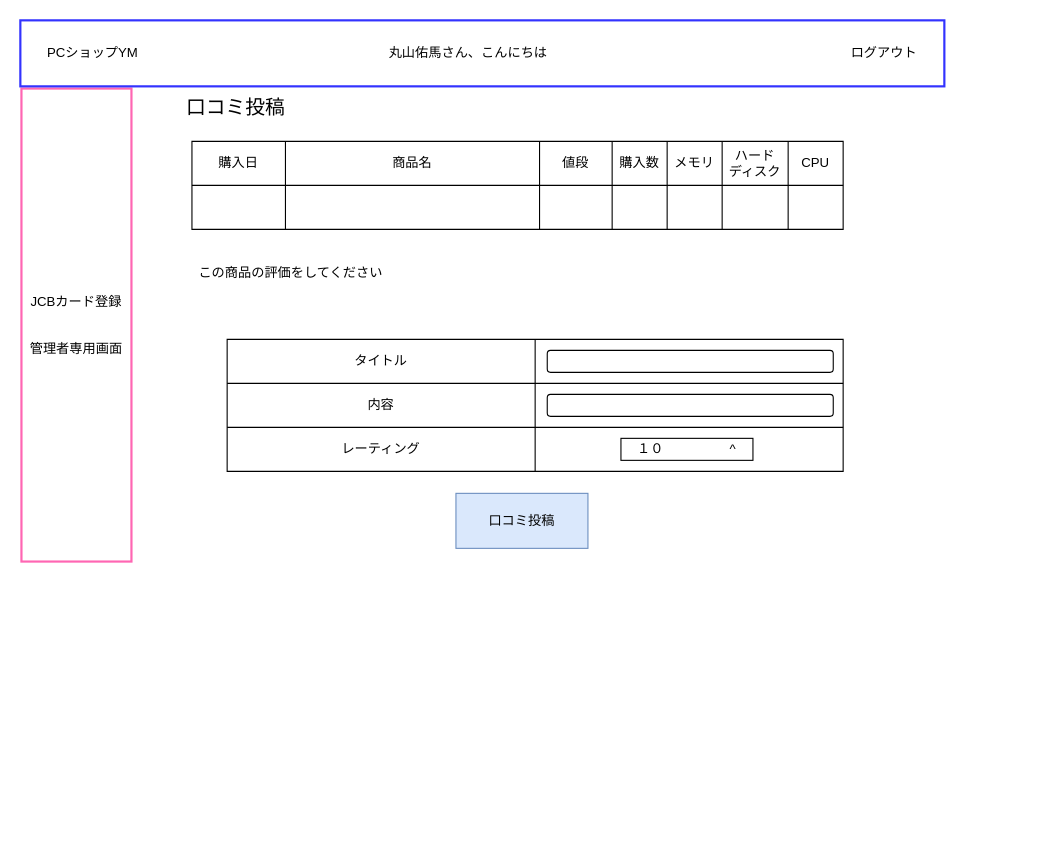
YumaMaruyama/ITworksTRYshopping keeps this draw.io diagram as page "口コミ" (17 of 27) of src/main/resources/templates/shopping/Untitled Diagram.drawio. Above is the earlier version. Source tidied: cells renumbered, new cells numbered last; positions are measured from the earlier drawing's top-left corner, leaving out a move shared by most shapes. Both pictures are drawn from the tidied source at 110%, with x=0, y=0 at pixel (20, 20).
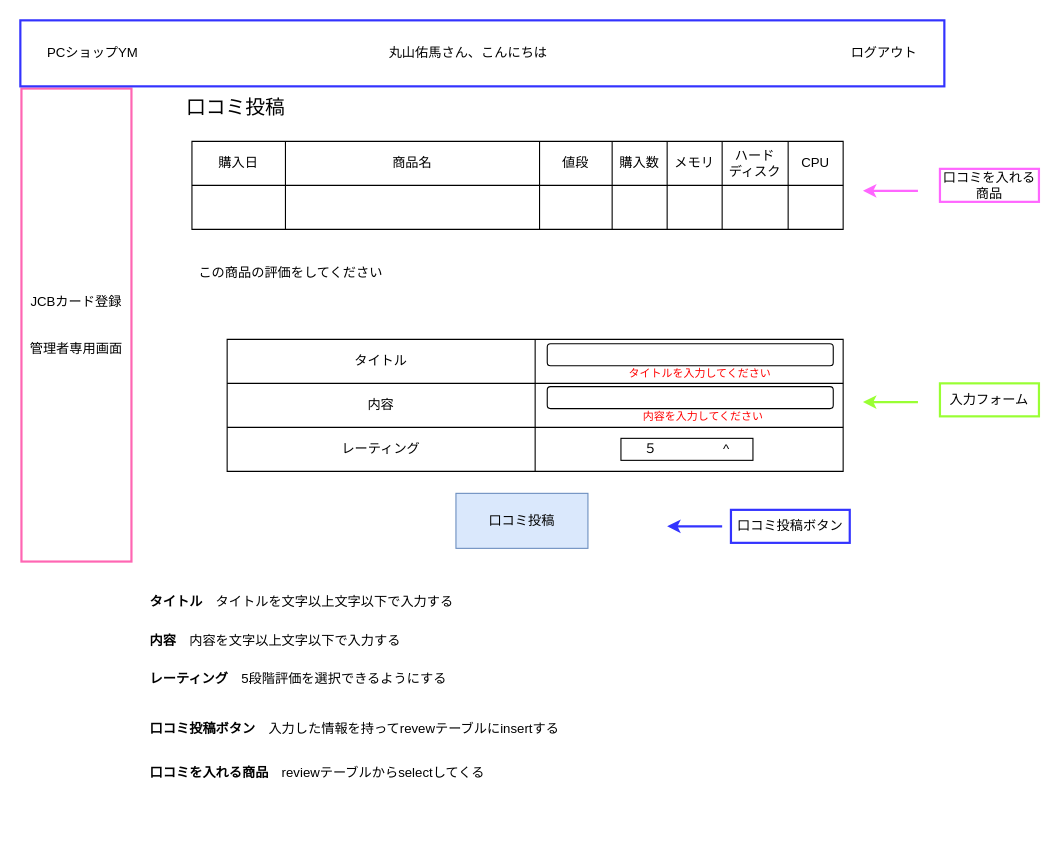
The same diagram, later.

Diff of the diagram source:
```diff
@@
     <mxCell id="33" style="rounded=1;whiteSpace=wrap;html=1;strokeColor=#000000;fillColor=none;" parent="1" vertex="1">
-      <mxGeometry x="479" y="300" width="260" height="20" as="geometry" />
+      <mxGeometry x="479" y="294" width="260" height="20" as="geometry" />
     </mxCell>
     <mxCell id="34" style="rounded=1;whiteSpace=wrap;html=1;strokeColor=#000000;fillColor=none;" parent="1" vertex="1">
-      <mxGeometry x="479" y="340" width="260" height="20" as="geometry" />
+      <mxGeometry x="479" y="333" width="260" height="20" as="geometry" />
     </mxCell>
-    <mxCell id="35" value="１０　　　　　^" style="rounded=0;whiteSpace=wrap;html=1;strokeColor=#000000;fillColor=none;" parent="1" vertex="1">
+    <mxCell id="35" value="５　　　　　^" style="rounded=0;whiteSpace=wrap;html=1;strokeColor=#000000;fillColor=none;" parent="1" vertex="1">
       <mxGeometry x="546" y="380" width="120" height="20" as="geometry" />
     </mxCell>
@@
+    <mxCell id="37" value="&lt;font color=&quot;#ff0000&quot;&gt;&lt;span style=&quot;font-size: 10px&quot;&gt;タイトルを入力してください&lt;/span&gt;&lt;/font&gt;" style="text;html=1;strokeColor=none;fillColor=none;align=center;verticalAlign=middle;whiteSpace=wrap;rounded=0;" parent="1" vertex="1">
+      <mxGeometry x="513" y="311" width="210" height="20" as="geometry" />
+    </mxCell>
+    <mxCell id="38" value="&lt;font color=&quot;#ff0000&quot;&gt;&lt;span style=&quot;font-size: 10px&quot;&gt;内容を入力してください&lt;/span&gt;&lt;/font&gt;" style="text;html=1;strokeColor=none;fillColor=none;align=center;verticalAlign=middle;whiteSpace=wrap;rounded=0;" parent="1" vertex="1">
+      <mxGeometry x="516" y="350" width="210" height="20" as="geometry" />
+    </mxCell>
+    <mxCell id="39" value="入力フォーム" style="rounded=0;whiteSpace=wrap;html=1;strokeWidth=2;strokeColor=#99FF33;" parent="1" vertex="1">
+      <mxGeometry x="836" y="330" width="90" height="30" as="geometry" />
+    </mxCell>
+    <mxCell id="40" style="endArrow=classic;html=1;strokeWidth=2;strokeColor=#99FF33;" parent="1" edge="1">
+      <mxGeometry relative="1" as="geometry">
+        <mxPoint x="816" y="347" as="sourcePoint" />
+        <mxPoint x="766" y="347" as="targetPoint" />
+      </mxGeometry>
+    </mxCell>
+    <mxCell id="41" value="&lt;div style=&quot;text-align: center&quot;&gt;&lt;span&gt;&lt;font face=&quot;helvetica&quot;&gt;&lt;b&gt;タイトル　&lt;/b&gt;タイトルを文字以上文字以下で入力する&lt;/font&gt;&lt;/span&gt;&lt;/div&gt;" style="text;whiteSpace=wrap;html=1;" parent="1" vertex="1">
+      <mxGeometry x="116" y="515" width="740" height="70" as="geometry" />
+    </mxCell>
+    <mxCell id="42" value="&lt;div style=&quot;text-align: center&quot;&gt;&lt;font face=&quot;helvetica&quot;&gt;&lt;b&gt;内容　&lt;/b&gt;内容を文字以上文字以下で入力する&lt;/font&gt;&lt;/div&gt;" style="text;whiteSpace=wrap;html=1;" parent="1" vertex="1">
+      <mxGeometry x="116" y="550" width="740" height="70" as="geometry" />
+    </mxCell>
+    <mxCell id="43" value="&lt;div style=&quot;text-align: center&quot;&gt;&lt;font face=&quot;helvetica&quot;&gt;&lt;b&gt;レーティング　&lt;/b&gt;5段階評価を選択できるようにする&lt;/font&gt;&lt;/div&gt;&lt;div style=&quot;text-align: center&quot;&gt;&lt;span&gt;&lt;font face=&quot;helvetica&quot;&gt;&lt;b&gt;&lt;br&gt;&lt;/b&gt;&lt;/font&gt;&lt;/span&gt;&lt;/div&gt;" style="text;whiteSpace=wrap;html=1;" parent="1" vertex="1">
+      <mxGeometry x="116" y="585" width="740" height="70" as="geometry" />
+    </mxCell>
+    <mxCell id="44" value="&lt;font face=&quot;helvetica&quot;&gt;&lt;b&gt;口コミ投稿ボタン　&lt;/b&gt;入力した情報を持ってrevewテーブルにinsertする&lt;/font&gt;" style="text;whiteSpace=wrap;html=1;" parent="1" vertex="1">
+      <mxGeometry x="116" y="630" width="740" height="70" as="geometry" />
+    </mxCell>
+    <mxCell id="45" value="口コミ投稿ボタン" style="rounded=0;whiteSpace=wrap;html=1;strokeWidth=2;strokeColor=#3333FF;" parent="1" vertex="1">
+      <mxGeometry x="646" y="445" width="108" height="30" as="geometry" />
+    </mxCell>
+    <mxCell id="46" style="endArrow=classic;html=1;strokeWidth=2;strokeColor=#3333FF;" parent="1" edge="1">
+      <mxGeometry relative="1" as="geometry">
+        <mxPoint x="638" y="460" as="sourcePoint" />
+        <mxPoint x="588" y="460" as="targetPoint" />
+      </mxGeometry>
+    </mxCell>
+    <mxCell id="47" value="口コミを入れる商品" style="rounded=0;whiteSpace=wrap;html=1;strokeWidth=2;strokeColor=#FF66FF;" parent="1" vertex="1">
+      <mxGeometry x="836" y="135" width="90" height="30" as="geometry" />
+    </mxCell>
+    <mxCell id="48" style="endArrow=classic;html=1;strokeWidth=2;strokeColor=#FF66FF;" parent="1" edge="1">
+      <mxGeometry relative="1" as="geometry">
+        <mxPoint x="816" y="155" as="sourcePoint" />
+        <mxPoint x="766" y="155" as="targetPoint" />
+      </mxGeometry>
+    </mxCell>
+    <mxCell id="49" value="&lt;font face=&quot;helvetica&quot;&gt;&lt;b&gt;口コミを入れる商品　&lt;/b&gt;reviewテーブルからselectしてくる&lt;/font&gt;" style="text;whiteSpace=wrap;html=1;" parent="1" vertex="1">
+      <mxGeometry x="116" y="670" width="740" height="70" as="geometry" />
+    </mxCell>
```
